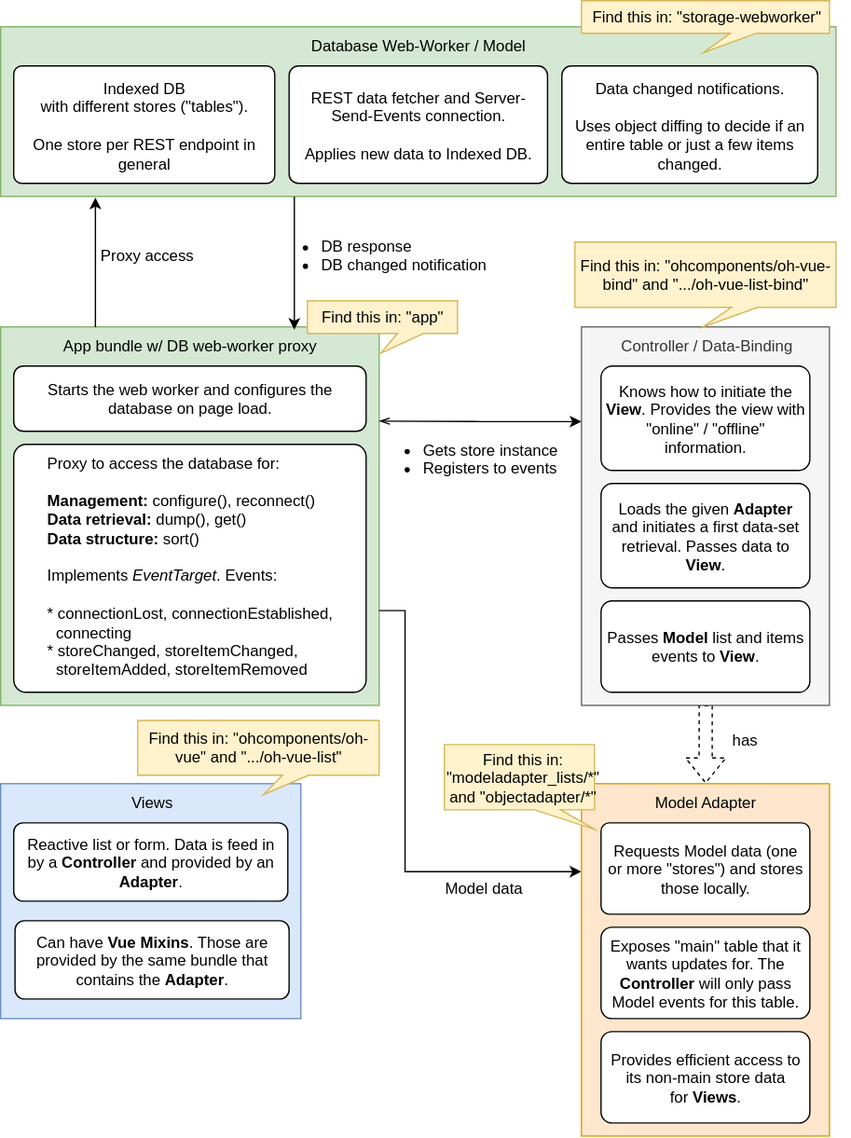
The draw.io diagram docs/paperui-ng-dataflow.svg in smartheim/ui-maintenance, before a commit. Source tidied: cells renumbered, new cells last; positions are measured from the earlier drawing's top-left corner, leaving out a move shared by most shapes.
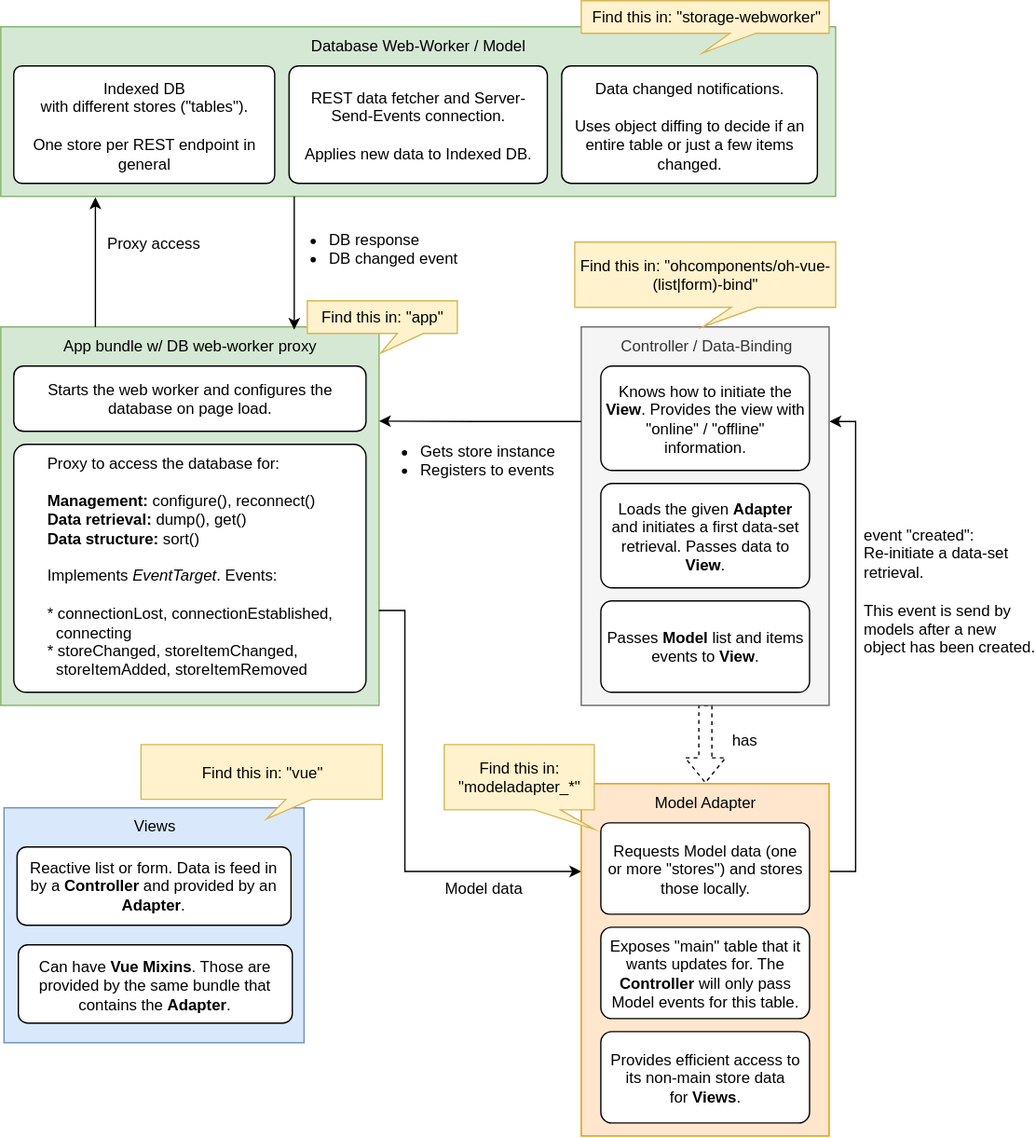
The same file after the commit.

The edit, as a diff of the source:
```diff
@@ -37,54 +37,52 @@
     </mxCell>
     <mxCell id="13" style="edgeStyle=orthogonalEdgeStyle;rounded=0;html=1;jettySize=auto;entryX=0.776;entryY=0.008;entryDx=0;entryDy=0;entryPerimeter=0;" parent="1" edge="1" target="3">
       <mxGeometry relative="1" as="geometry">
-        <mxPoint x="225" y="150.1" as="sourcePoint" />
+        <mxPoint x="225" y="150" as="sourcePoint" />
         <Array as="points">
           <mxPoint x="225" y="150" />
         </Array>
       </mxGeometry>
     </mxCell>
-    <mxCell id="14" value="&lt;ul&gt;&lt;li style=&quot;text-align: left&quot;&gt;DB response&lt;br&gt;&lt;/li&gt;&lt;li style=&quot;text-align: left&quot;&gt;DB changed notification&lt;/li&gt;&lt;/ul&gt;" style="text;html=1;align=center;verticalAlign=middle;labelBackgroundColor=none;" parent="13" vertex="1">
+    <mxCell id="14" value="&lt;ul&gt;&lt;li style=&quot;text-align: left&quot;&gt;DB response&lt;br&gt;&lt;/li&gt;&lt;li style=&quot;text-align: left&quot;&gt;DB changed event&lt;/li&gt;&lt;/ul&gt;" style="text;html=1;align=left;verticalAlign=middle;labelBackgroundColor=none;" parent="13" vertex="1">
       <mxGeometry x="-0.17" y="2" relative="1" as="geometry">
-        <mxPoint x="62.5" y="2" as="offset" />
+        <mxPoint x="-17" y="-2" as="offset" />
       </mxGeometry>
     </mxCell>
-    <mxCell id="15" style="edgeStyle=orthogonalEdgeStyle;rounded=0;html=1;exitX=0;exitY=0.25;exitDx=0;exitDy=0;jettySize=auto;startArrow=classic;startFill=1;endArrow=openThin;endFill=0;" parent="1" edge="1" source="25">
-      <mxGeometry relative="1" as="geometry">
-        <mxPoint x="290" y="322.2" as="targetPoint" />
-      </mxGeometry>
+    <mxCell id="15" style="edgeStyle=orthogonalEdgeStyle;rounded=0;html=1;exitX=0.113;exitY=1.006;exitDx=0;exitDy=0;startArrow=classic;startFill=1;endArrow=none;endFill=0;jettySize=auto;exitPerimeter=0;entryX=0.25;entryY=0;entryDx=0;entryDy=0;" parent="1" edge="1" source="8" target="3">
+      <mxGeometry relative="1" as="geometry" />
     </mxCell>
-    <mxCell id="16" value="&lt;ul&gt;&lt;li style=&quot;text-align: left&quot;&gt;Gets store instance&lt;/li&gt;&lt;li style=&quot;text-align: left&quot;&gt;Registers to events&lt;/li&gt;&lt;/ul&gt;" style="text;html=1;align=center;verticalAlign=middle;labelBackgroundColor=none;" parent="15" vertex="1">
-      <mxGeometry x="-0.28" y="1" relative="1" as="geometry">
-        <mxPoint x="-34" y="27" as="offset" />
+    <mxCell id="16" value="Proxy access" style="text;html=1;align=left;verticalAlign=middle;labelBackgroundColor=#ffffff;" parent="15" vertex="1">
+      <mxGeometry x="-0.13" relative="1" as="geometry">
+        <mxPoint x="7.5" y="-9" as="offset" />
       </mxGeometry>
     </mxCell>
-    <mxCell id="17" style="edgeStyle=orthogonalEdgeStyle;rounded=0;html=1;exitX=0.113;exitY=1.006;exitDx=0;exitDy=0;startArrow=classic;startFill=1;endArrow=none;endFill=0;jettySize=auto;exitPerimeter=0;entryX=0.25;entryY=0;entryDx=0;entryDy=0;" parent="1" edge="1" source="8" target="3">
-      <mxGeometry relative="1" as="geometry" />
+    <mxCell id="17" style="edgeStyle=orthogonalEdgeStyle;rounded=0;html=1;exitX=0;exitY=0.25;exitDx=0;exitDy=0;entryX=1;entryY=0.75;entryDx=0;entryDy=0;startArrow=classic;startFill=1;endArrow=none;endFill=0;jettySize=auto;" parent="1" edge="1" source="23" target="3">
+      <mxGeometry relative="1" as="geometry">
+        <Array as="points">
+          <mxPoint x="310" y="667" />
+          <mxPoint x="310" y="467" />
+        </Array>
+      </mxGeometry>
     </mxCell>
-    <mxCell id="18" value="Proxy access" style="text;html=1;align=center;verticalAlign=middle;labelBackgroundColor=#ffffff;" parent="17" vertex="1">
-      <mxGeometry x="-0.13" relative="1" as="geometry">
-        <mxPoint x="40" y="0.5" as="offset" />
+    <mxCell id="18" value="Model data" style="text;html=1;align=center;verticalAlign=middle;labelBackgroundColor=#ffffff;" parent="17" vertex="1">
+      <mxGeometry x="-0.5" y="1" relative="1" as="geometry">
+        <mxPoint x="14.5" y="11.5" as="offset" />
       </mxGeometry>
     </mxCell>
-    <mxCell id="19" style="edgeStyle=orthogonalEdgeStyle;rounded=0;html=1;exitX=0;exitY=0.25;exitDx=0;exitDy=0;entryX=1;entryY=0.75;entryDx=0;entryDy=0;startArrow=classic;startFill=1;endArrow=none;endFill=0;jettySize=auto;" parent="1" edge="1" source="23" target="3">
-      <mxGeometry relative="1" as="geometry">
-        <Array as="points">
-          <mxPoint x="310" y="667" />
-          <mxPoint x="310" y="467" />
-        </Array>
-      </mxGeometry>
+    <mxCell id="19" style="edgeStyle=orthogonalEdgeStyle;rounded=0;html=1;exitX=0.5;exitY=0;exitDx=0;exitDy=0;entryX=0.5;entryY=1;entryDx=0;entryDy=0;startArrow=classic;startFill=1;endArrow=none;endFill=0;jettySize=auto;dashed=1;shape=flexArrow;" parent="1" edge="1" source="23" target="25">
+      <mxGeometry relative="1" as="geometry" />
     </mxCell>
-    <mxCell id="20" value="Model data" style="text;html=1;align=center;verticalAlign=middle;labelBackgroundColor=#ffffff;" parent="19" vertex="1">
-      <mxGeometry x="-0.5" y="1" relative="1" as="geometry">
-        <mxPoint x="14.5" y="11.5" as="offset" />
+    <mxCell id="20" value="has" style="text;html=1;align=center;verticalAlign=middle;labelBackgroundColor=#ffffff;" parent="19" vertex="1">
+      <mxGeometry x="-0.13" y="-12" relative="1" as="geometry">
+        <mxPoint x="18" y="-7.5" as="offset" />
       </mxGeometry>
     </mxCell>
-    <mxCell id="21" style="edgeStyle=orthogonalEdgeStyle;rounded=0;html=1;exitX=0.5;exitY=0;exitDx=0;exitDy=0;entryX=0.5;entryY=1;entryDx=0;entryDy=0;startArrow=classic;startFill=1;endArrow=none;endFill=0;jettySize=auto;dashed=1;shape=flexArrow;" parent="1" edge="1" source="23" target="25">
+    <mxCell id="21" style="edgeStyle=orthogonalEdgeStyle;rounded=0;jettySize=auto;html=1;exitX=1;exitY=0.25;exitDx=0;exitDy=0;entryX=1;entryY=0.25;entryDx=0;entryDy=0;" parent="1" edge="1" source="23" target="25">
       <mxGeometry relative="1" as="geometry" />
     </mxCell>
-    <mxCell id="22" value="has" style="text;html=1;align=center;verticalAlign=middle;labelBackgroundColor=#ffffff;" parent="21" vertex="1">
-      <mxGeometry x="-0.13" y="-12" relative="1" as="geometry">
-        <mxPoint x="18" y="-7.5" as="offset" />
+    <mxCell id="22" value="event &quot;&lt;span&gt;created&quot;:&lt;br&gt;Re-initiate a data-set&lt;br&gt;retrieval.&lt;br&gt;&lt;br&gt;This event is send by&lt;br&gt;models after a new&amp;nbsp;&lt;br&gt;object has been created.&lt;br&gt;&lt;/span&gt;" style="text;html=1;align=left;verticalAlign=middle;labelBackgroundColor=#ffffff;" parent="21" vertex="1">
+      <mxGeometry x="0.2" y="-3" relative="1" as="geometry">
+        <mxPoint x="1.5" y="-6.5" as="offset" />
       </mxGeometry>
     </mxCell>
     <mxCell id="23" value="Model Adapter" style="rounded=0;whiteSpace=wrap;html=1;labelBackgroundColor=none;verticalAlign=top;fillColor=#ffe6cc;strokeColor=#d79b00;" parent="1" vertex="1">
@@ -96,7 +94,7 @@
     <mxCell id="25" value="Controller / Data-Binding" style="rounded=0;whiteSpace=wrap;html=1;labelBackgroundColor=none;verticalAlign=top;fillColor=#f5f5f5;strokeColor=#666666;fontColor=#333333;" parent="24" vertex="1">
       <mxGeometry x="5" y="65" width="190" height="290" as="geometry" />
     </mxCell>
-    <mxCell id="26" value="Find this in: &quot;ohcomponents/oh-vue-bind&quot; and &quot;.../oh-vue-list-bind&quot;" style="shape=callout;whiteSpace=wrap;html=1;perimeter=calloutPerimeter;position2=0.49;size=15;position=0.6;fillColor=#fff2cc;strokeColor=#d6b656;" parent="24" vertex="1">
+    <mxCell id="26" value="Find this in: &quot;ohcomponents/oh-vue-(list|form)-bind&quot;" style="shape=callout;whiteSpace=wrap;html=1;perimeter=calloutPerimeter;position2=0.49;size=15;position=0.6;fillColor=#fff2cc;strokeColor=#d6b656;" parent="24" vertex="1">
       <mxGeometry width="200" height="65" as="geometry" />
     </mxCell>
     <mxCell id="27" value="Knows how to initiate the &lt;b&gt;View&lt;/b&gt;. Provides the view with &quot;online&quot; / &quot;offline&quot;&lt;br&gt;information." style="rounded=1;whiteSpace=wrap;html=1;labelBackgroundColor=none;arcSize=11;" parent="24" vertex="1">
@@ -108,29 +106,39 @@
     <mxCell id="29" value="Passes&amp;nbsp;&lt;b&gt;Model&lt;/b&gt; list and items events to &lt;b&gt;View&lt;/b&gt;." style="rounded=1;whiteSpace=wrap;html=1;labelBackgroundColor=none;spacingLeft=1;spacingRight=1;arcSize=12;" parent="24" vertex="1">
       <mxGeometry x="20" y="275" width="160" height="70" as="geometry" />
     </mxCell>
-    <mxCell id="30" value="Requests Model data (one or more &quot;stores&quot;) and stores those locally." style="rounded=1;whiteSpace=wrap;html=1;labelBackgroundColor=none;spacingLeft=2;spacingRight=2;arcSize=9;" parent="1" vertex="1">
-      <mxGeometry x="460" y="630" width="160" height="70" as="geometry" />
+    <mxCell id="30" style="edgeStyle=orthogonalEdgeStyle;rounded=0;html=1;exitX=0;exitY=0.25;exitDx=0;exitDy=0;jettySize=auto;startArrow=none;startFill=0;endArrow=classic;endFill=1;entryX=0;entryY=0.25;entryDx=0;entryDy=0;" parent="24" edge="1" source="25">
+      <mxGeometry relative="1" as="geometry">
+        <mxPoint x="-150" y="137.2" as="targetPoint" />
+      </mxGeometry>
     </mxCell>
-    <mxCell id="31" value="Find this in: &quot;listadapter/*&quot; and &quot;objectadapter/*&quot;" style="shape=callout;whiteSpace=wrap;html=1;perimeter=calloutPerimeter;position2=1;size=15;position=0.6;fillColor=#fff2cc;strokeColor=#d6b656;" parent="1" vertex="1">
-      <mxGeometry x="340" y="570" width="115" height="65" as="geometry" />
+    <mxCell id="31" value="&lt;ul&gt;&lt;li style=&quot;text-align: left&quot;&gt;Gets store instance&lt;/li&gt;&lt;li style=&quot;text-align: left&quot;&gt;Registers to events&lt;/li&gt;&lt;/ul&gt;" style="text;html=1;align=left;verticalAlign=top;labelBackgroundColor=none;" parent="30" vertex="1">
+      <mxGeometry x="-0.28" y="1" relative="1" as="geometry">
+        <mxPoint x="-109" y="-3" as="offset" />
+      </mxGeometry>
     </mxCell>
-    <mxCell id="32" value="Exposes &quot;main&quot; table that it wants updates for. The &lt;b&gt;Controller&lt;/b&gt; will only pass Model events for this table." style="rounded=1;whiteSpace=wrap;html=1;labelBackgroundColor=none;spacingLeft=2;spacingRight=2;arcSize=12;" parent="1" vertex="1">
-      <mxGeometry x="460" y="710" width="160" height="70" as="geometry" />
+    <mxCell id="32" value="Requests Model data (one or more &quot;stores&quot;) and stores those locally." style="rounded=1;whiteSpace=wrap;html=1;labelBackgroundColor=none;spacingLeft=2;spacingRight=2;arcSize=9;" parent="1" vertex="1">
+      <mxGeometry x="460" y="630" width="160" height="70" as="geometry" />
     </mxCell>
-    <mxCell id="33" value="Provides efficient access to its non-main store data for&amp;nbsp;&lt;b&gt;Views&lt;/b&gt;." style="rounded=1;whiteSpace=wrap;html=1;labelBackgroundColor=none;spacingLeft=2;spacingRight=2;arcSize=12;" parent="1" vertex="1">
-      <mxGeometry x="460" y="790" width="160" height="70" as="geometry" />
+    <mxCell id="33" value="Find this in: &quot;modeladapter_*&quot;" style="shape=callout;whiteSpace=wrap;html=1;perimeter=calloutPerimeter;position2=1;size=15;position=0.6;fillColor=#fff2cc;strokeColor=#d6b656;" parent="1" vertex="1">
+      <mxGeometry x="340" y="570" width="115" height="65" as="geometry" />
     </mxCell>
-    <mxCell id="34" value="Views" style="rounded=0;whiteSpace=wrap;html=1;labelBackgroundColor=none;verticalAlign=top;fillColor=#dae8fc;strokeColor=#6c8ebf;" parent="1" vertex="1">
-      <mxGeometry y="600" width="230" height="180" as="geometry" />
+    <mxCell id="34" value="Exposes &quot;main&quot; table that it wants updates for. The &lt;b&gt;Controller&lt;/b&gt; will only pass Model events for this table." style="rounded=1;whiteSpace=wrap;html=1;labelBackgroundColor=none;spacingLeft=2;spacingRight=2;arcSize=12;" parent="1" vertex="1">
+      <mxGeometry x="460" y="710" width="160" height="70" as="geometry" />
     </mxCell>
-    <mxCell id="35" value="Reactive list or form. Data is feed in by a &lt;b&gt;Controller&lt;/b&gt; and provided by an &lt;b&gt;Adapter&lt;/b&gt;." style="rounded=1;whiteSpace=wrap;html=1;labelBackgroundColor=none;arcSize=12;spacingLeft=2;spacingRight=2;" parent="1" vertex="1">
-      <mxGeometry x="10" y="630" width="210" height="60" as="geometry" />
+    <mxCell id="35" value="Provides efficient access to its non-main store data for&amp;nbsp;&lt;b&gt;Views&lt;/b&gt;." style="rounded=1;whiteSpace=wrap;html=1;labelBackgroundColor=none;spacingLeft=2;spacingRight=2;arcSize=12;" parent="1" vertex="1">
+      <mxGeometry x="460" y="790" width="160" height="70" as="geometry" />
     </mxCell>
-    <mxCell id="36" value="Can have &lt;b&gt;Vue Mixins&lt;/b&gt;. Those are provided by the same bundle that contains the &lt;b&gt;Adapter&lt;/b&gt;." style="rounded=1;whiteSpace=wrap;html=1;labelBackgroundColor=none;arcSize=12;spacingLeft=2;spacingRight=2;" parent="1" vertex="1">
-      <mxGeometry x="11" y="705" width="210" height="60" as="geometry" />
+    <mxCell id="36" value="Views" style="rounded=0;whiteSpace=wrap;html=1;labelBackgroundColor=none;verticalAlign=top;fillColor=#dae8fc;strokeColor=#6c8ebf;" parent="1" vertex="1">
+      <mxGeometry x="2.5" y="618.5" width="230" height="180" as="geometry" />
     </mxCell>
-    <mxCell id="37" value="Find this in: &quot;ohcomponents/oh-vue&quot; and &quot;.../oh-vue-list&quot;" style="shape=callout;whiteSpace=wrap;html=1;perimeter=calloutPerimeter;position2=0.52;size=15;position=0.6;fillColor=#fff2cc;strokeColor=#d6b656;" parent="1" vertex="1">
-      <mxGeometry x="105" y="551.5" width="185" height="57" as="geometry" />
+    <mxCell id="37" value="Reactive list or form. Data is feed in by a &lt;b&gt;Controller&lt;/b&gt; and provided by an &lt;b&gt;Adapter&lt;/b&gt;." style="rounded=1;whiteSpace=wrap;html=1;labelBackgroundColor=none;arcSize=12;spacingLeft=2;spacingRight=2;" parent="1" vertex="1">
+      <mxGeometry x="12.5" y="648.5" width="210" height="60" as="geometry" />
     </mxCell>
+    <mxCell id="38" value="Can have &lt;b&gt;Vue Mixins&lt;/b&gt;. Those are provided by the same bundle that contains the &lt;b&gt;Adapter&lt;/b&gt;." style="rounded=1;whiteSpace=wrap;html=1;labelBackgroundColor=none;arcSize=12;spacingLeft=2;spacingRight=2;" parent="1" vertex="1">
+      <mxGeometry x="13.5" y="723.5" width="210" height="60" as="geometry" />
+    </mxCell>
+    <mxCell id="39" value="Find this in: &quot;vue&quot;" style="shape=callout;whiteSpace=wrap;html=1;perimeter=calloutPerimeter;position2=0.52;size=15;position=0.6;fillColor=#fff2cc;strokeColor=#d6b656;" parent="1" vertex="1">
+      <mxGeometry x="107.5" y="570" width="185" height="57" as="geometry" />
+    </mxCell>
   </root>
 </mxGraphModel>
```
